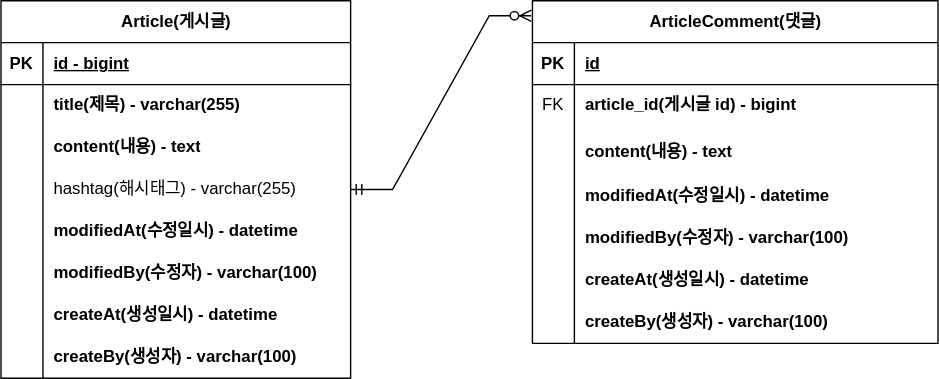
Above: doc/board-erd.svg in kor-bim/spring-board (draw.io), before the change. Source tidied: cells renumbered, new cells last; positions are measured from the earlier drawing's top-left corner, leaving out a move shared by most shapes.
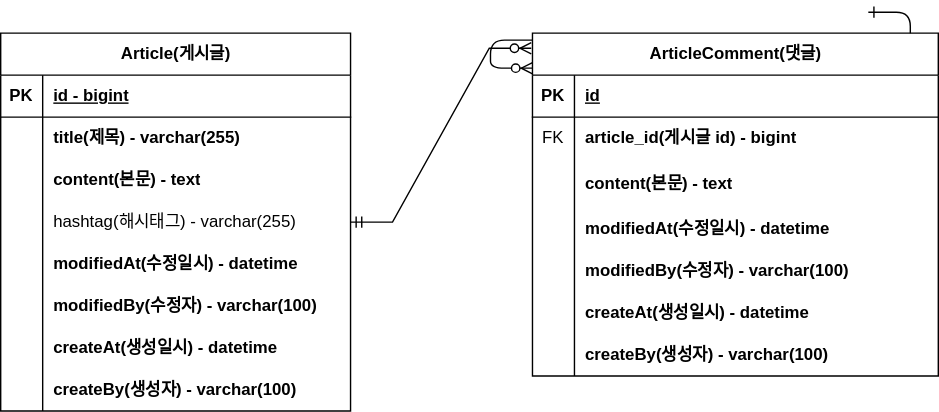
The same file after the commit.

Commit message:
#2 - ERD 주석 업데이트

Diff of the diagram source:
```diff
@@ -2,9 +2,10 @@
   <root>
     <mxCell id="0" />
     <mxCell id="1" parent="0" />
-    <mxCell id="2" style="edgeStyle=entityRelationEdgeStyle;endArrow=ERzeroToMany;startArrow=ERone;endFill=1;startFill=0;" parent="1" edge="1" target="x">
+    <mxCell id="2" style="edgeStyle=entityRelationEdgeStyle;endArrow=ERzeroToMany;startArrow=ERone;endFill=1;startFill=0;" parent="1" edge="1">
       <mxGeometry relative="1" as="geometry">
         <mxPoint x="620" as="sourcePoint" />
+        <mxPoint x="380" y="40" as="targetPoint" />
       </mxGeometry>
     </mxCell>
     <mxCell id="3" value="Article(게시글)" style="shape=table;startSize=30;rowLines=0;fontStyle=1;align=center;html=1;" parent="1" vertex="1">
@@ -34,7 +35,7 @@
     <mxCell id="11" style="shape=partialRectangle;fillColor=none;top=0;left=0;bottom=0;right=0;overflow=hidden;whiteSpace=wrap;html=1;" parent="10" vertex="1">
       <mxGeometry width="30" height="30" as="geometry" />
     </mxCell>
-    <mxCell id="12" value="content(내용) - text" style="shape=partialRectangle;fillColor=none;top=0;left=0;bottom=0;right=0;align=left;spacingLeft=6;overflow=hidden;whiteSpace=wrap;html=1;fontStyle=1;" parent="10" vertex="1">
+    <mxCell id="12" value="content(본문) - text" style="shape=partialRectangle;fillColor=none;top=0;left=0;bottom=0;right=0;align=left;spacingLeft=6;overflow=hidden;whiteSpace=wrap;html=1;fontStyle=1;" parent="10" vertex="1">
       <mxGeometry x="30" width="220" height="30" as="geometry" />
     </mxCell>
     <mxCell id="13" style="shape=tableRow;horizontal=0;startSize=0;swimlaneHead=0;swimlaneBody=0;fillColor=none;points=[[0,0.5],[1,0.5]];portConstraint=eastwest;top=0;left=0;right=0;bottom=0;" parent="3" vertex="1">
@@ -109,7 +110,7 @@
     <mxCell id="36" style="shape=partialRectangle;fillColor=none;top=0;left=0;bottom=0;right=0;overflow=hidden;whiteSpace=wrap;html=1;" parent="35" vertex="1">
       <mxGeometry width="30" height="35" as="geometry" />
     </mxCell>
-    <mxCell id="37" value="content(내용) - text" style="shape=partialRectangle;fillColor=none;top=0;left=0;bottom=0;right=0;align=left;spacingLeft=6;overflow=hidden;whiteSpace=wrap;html=1;fontStyle=1;" parent="35" vertex="1">
+    <mxCell id="37" value="content(본문) - text" style="shape=partialRectangle;fillColor=none;top=0;left=0;bottom=0;right=0;align=left;spacingLeft=6;overflow=hidden;whiteSpace=wrap;html=1;fontStyle=1;" parent="35" vertex="1">
       <mxGeometry x="30" width="260" height="35" as="geometry" />
     </mxCell>
     <mxCell id="38" style="shape=tableRow;horizontal=0;startSize=0;swimlaneHead=0;swimlaneBody=0;fillColor=none;top=0;left=0;right=0;bottom=0;" parent="28" vertex="1">
```
